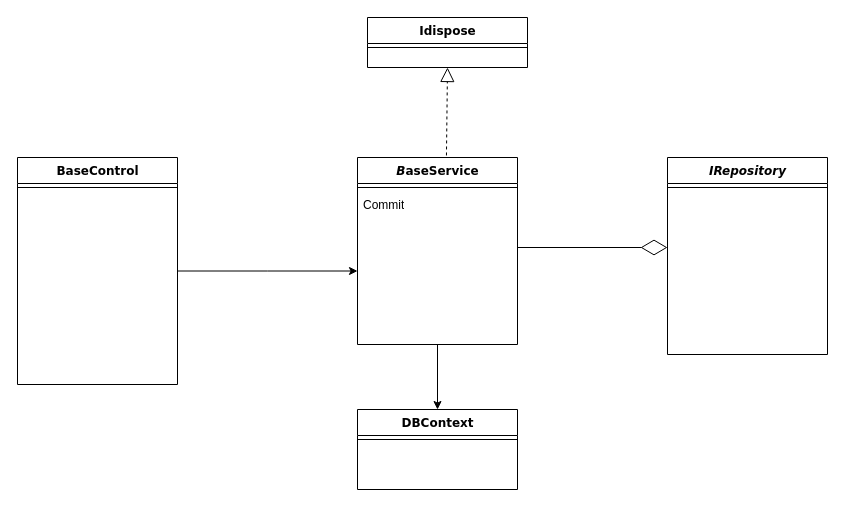
This is 开发基础结构.drawio from mattertome/commanframework, a draw.io file, before an edit. Source tidied: cells renumbered, new cells numbered last; positions are measured from the earlier drawing's top-left corner, leaving out a move shared by most shapes. Both pictures are drawn from the tidied source at 100%, with x=0, y=0 at pixel (17, 17).
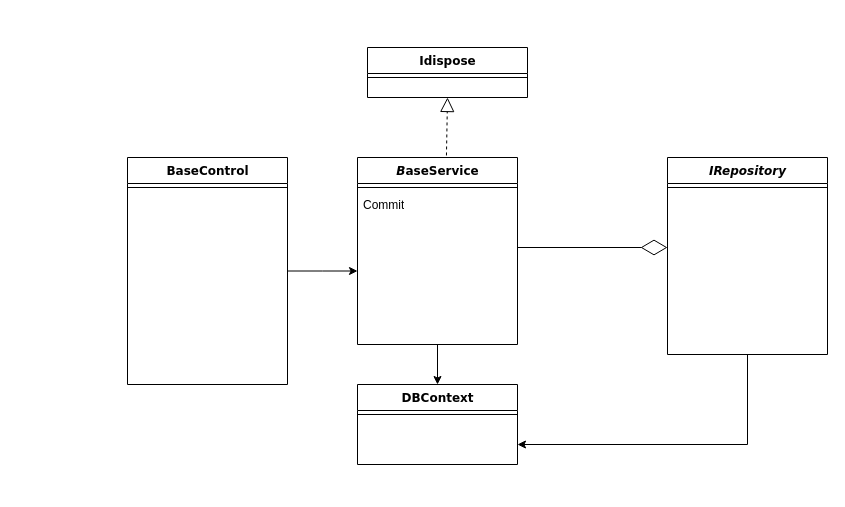
The same diagram, later.

Commit message:
更新开发基础结构.drawio

Change to the diagram source:
```diff
@@
 <mxGraphModel>
   <root>
     <mxCell id="0" />
     <mxCell id="1" parent="0" />
     <mxCell id="2" style="edgeStyle=orthogonalEdgeStyle;rounded=0;jettySize=auto;html=1;" parent="1" edge="1" source="3">
       <mxGeometry relative="1" as="geometry">
         <mxPoint x="340" y="253.5" as="targetPoint" />
       </mxGeometry>
     </mxCell>
     <mxCell id="3" value="BaseControl" style="swimlane;html=1;fontStyle=1;align=center;verticalAlign=top;horizontal=1;startSize=26;swimlaneFillColor=#ffffff;rounded=0;shadow=0;comic=0;labelBackgroundColor=none;strokeWidth=1;fillColor=none;fontFamily=Verdana;fontSize=12;" parent="1" vertex="1">
-      <mxGeometry y="140" width="160" height="227" as="geometry" />
+      <mxGeometry x="110" y="140" width="160" height="227" as="geometry" />
     </mxCell>
     <mxCell id="4" style="line;html=1;strokeWidth=1;fillColor=none;align=left;verticalAlign=middle;spacingTop=-1;spacingLeft=3;spacingRight=3;labelPosition=right;" parent="3" vertex="1">
       <mxGeometry y="26" width="160" height="8" as="geometry" />
     </mxCell>
     <mxCell id="5" style="edgeStyle=orthogonalEdgeStyle;rounded=0;jettySize=auto;html=1;entryX=0.5;entryY=0;entryDx=0;entryDy=0;" parent="1" edge="1" source="6" target="11">
       <mxGeometry relative="1" as="geometry" />
     </mxCell>
     <mxCell id="6" value="&lt;i style=&quot;border-color: var(--border-color);&quot;&gt;B&lt;/i&gt;aseService" style="swimlane;html=1;fontStyle=1;align=center;verticalAlign=top;horizontal=1;startSize=26;swimlaneFillColor=#ffffff;rounded=0;shadow=0;comic=0;labelBackgroundColor=none;strokeWidth=1;fillColor=none;fontFamily=Verdana;fontSize=12;" parent="1" vertex="1">
       <mxGeometry x="340" y="140" width="160" height="187" as="geometry" />
     </mxCell>
     <mxCell id="7" style="line;html=1;strokeWidth=1;fillColor=none;align=left;verticalAlign=middle;spacingTop=-1;spacingLeft=3;spacingRight=3;labelPosition=right;" parent="6" vertex="1">
       <mxGeometry y="26" width="160" height="8" as="geometry" />
     </mxCell>
     <mxCell id="8" value="Commit" style="text;html=1;strokeColor=none;fillColor=none;align=left;verticalAlign=top;spacingLeft=4;spacingRight=4;whiteSpace=wrap;overflow=hidden;" parent="6" vertex="1">
       <mxGeometry y="34" width="160" height="26" as="geometry" />
     </mxCell>
+    <mxCell id="17" style="edgeStyle=orthogonalEdgeStyle;rounded=0;jettySize=auto;html=1;entryX=1;entryY=0.75;entryDx=0;entryDy=0;exitX=0.5;exitY=1;exitDx=0;exitDy=0;" parent="1" edge="1" source="9" target="11">
+      <mxGeometry relative="1" as="geometry" />
+    </mxCell>
     <mxCell id="9" value="&lt;i&gt;IRepository&lt;/i&gt;" style="swimlane;html=1;fontStyle=1;align=center;verticalAlign=top;horizontal=1;startSize=26;swimlaneFillColor=#ffffff;rounded=0;shadow=0;comic=0;labelBackgroundColor=none;strokeWidth=1;fillColor=none;fontFamily=Verdana;fontSize=12;" parent="1" vertex="1">
       <mxGeometry x="650" y="140" width="160" height="197" as="geometry" />
     </mxCell>
     <mxCell id="10" style="line;html=1;strokeWidth=1;fillColor=none;align=left;verticalAlign=middle;spacingTop=-1;spacingLeft=3;spacingRight=3;labelPosition=right;" parent="9" vertex="1">
       <mxGeometry y="26" width="160" height="8" as="geometry" />
     </mxCell>
     <mxCell id="11" value="DBContext" style="swimlane;html=1;fontStyle=1;align=center;verticalAlign=top;horizontal=1;startSize=26;swimlaneFillColor=#ffffff;rounded=0;shadow=0;comic=0;labelBackgroundColor=none;strokeWidth=1;fillColor=none;fontFamily=Verdana;fontSize=12;" parent="1" vertex="1">
-      <mxGeometry x="340" y="392" width="160" height="80" as="geometry" />
+      <mxGeometry x="340" y="367" width="160" height="80" as="geometry" />
     </mxCell>
     <mxCell id="12" style="line;html=1;strokeWidth=1;fillColor=none;align=left;verticalAlign=middle;spacingTop=-1;spacingLeft=3;spacingRight=3;labelPosition=right;" parent="11" vertex="1">
       <mxGeometry y="26" width="160" height="8" as="geometry" />
     </mxCell>
     <mxCell id="13" value="Idispose" style="swimlane;html=1;fontStyle=1;align=center;verticalAlign=top;horizontal=1;startSize=26;swimlaneFillColor=#ffffff;rounded=0;shadow=0;comic=0;labelBackgroundColor=none;strokeWidth=1;fillColor=none;fontFamily=Verdana;fontSize=12;" parent="1" vertex="1">
-      <mxGeometry x="350" width="160" height="50" as="geometry" />
+      <mxGeometry x="350" y="30" width="160" height="50" as="geometry" />
     </mxCell>
     <mxCell id="14" style="line;html=1;strokeWidth=1;fillColor=none;align=left;verticalAlign=middle;spacingTop=-1;spacingLeft=3;spacingRight=3;labelPosition=right;" parent="13" vertex="1">
       <mxGeometry y="26" width="160" height="8" as="geometry" />
     </mxCell>
     <mxCell id="15" style="endArrow=block;dashed=1;endFill=0;endSize=12;html=1;rounded=0;exitX=0.556;exitY=-0.011;exitDx=0;exitDy=0;exitPerimeter=0;entryX=0.5;entryY=1;entryDx=0;entryDy=0;" parent="1" edge="1" source="6" target="13">
       <mxGeometry relative="1" as="geometry" />
     </mxCell>
     <mxCell id="16" style="endArrow=diamondThin;endFill=0;endSize=24;html=1;rounded=0;" parent="1" edge="1">
       <mxGeometry relative="1" as="geometry">
         <mxPoint x="500" y="230" as="sourcePoint" />
         <mxPoint x="650" y="230" as="targetPoint" />
       </mxGeometry>
     </mxCell>
   </root>
 </mxGraphModel>
```
